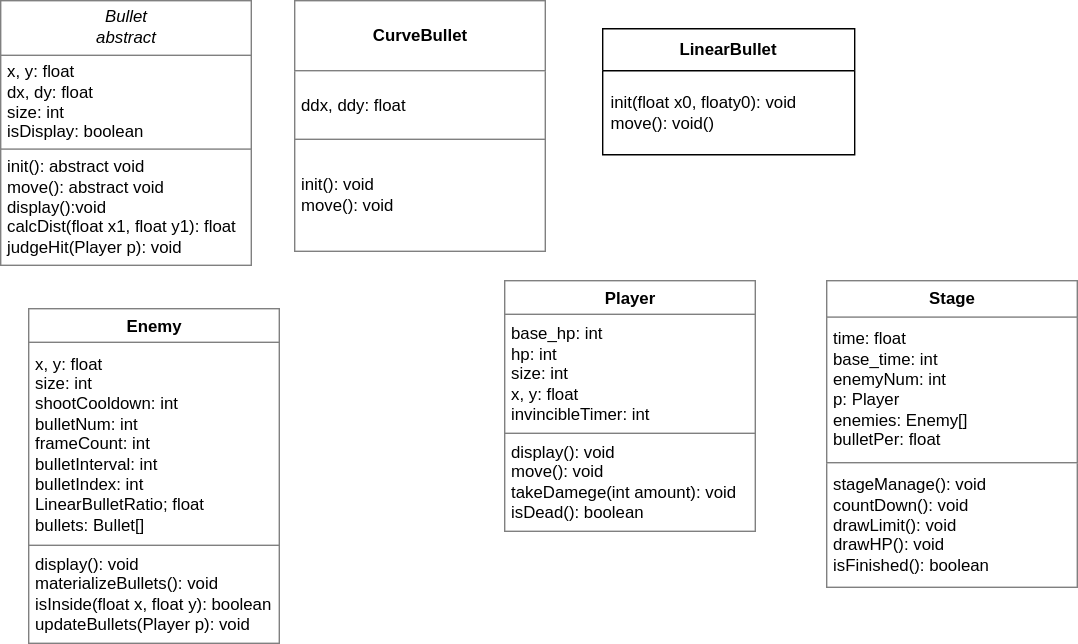
judz218/oop keeps this draw.io diagram as oop_report/uml.drawio.svg. Above is the earlier version. Source tidied: cells renumbered, new cells last; positions are measured from the earlier drawing's top-left corner, leaving out a move shared by most shapes.
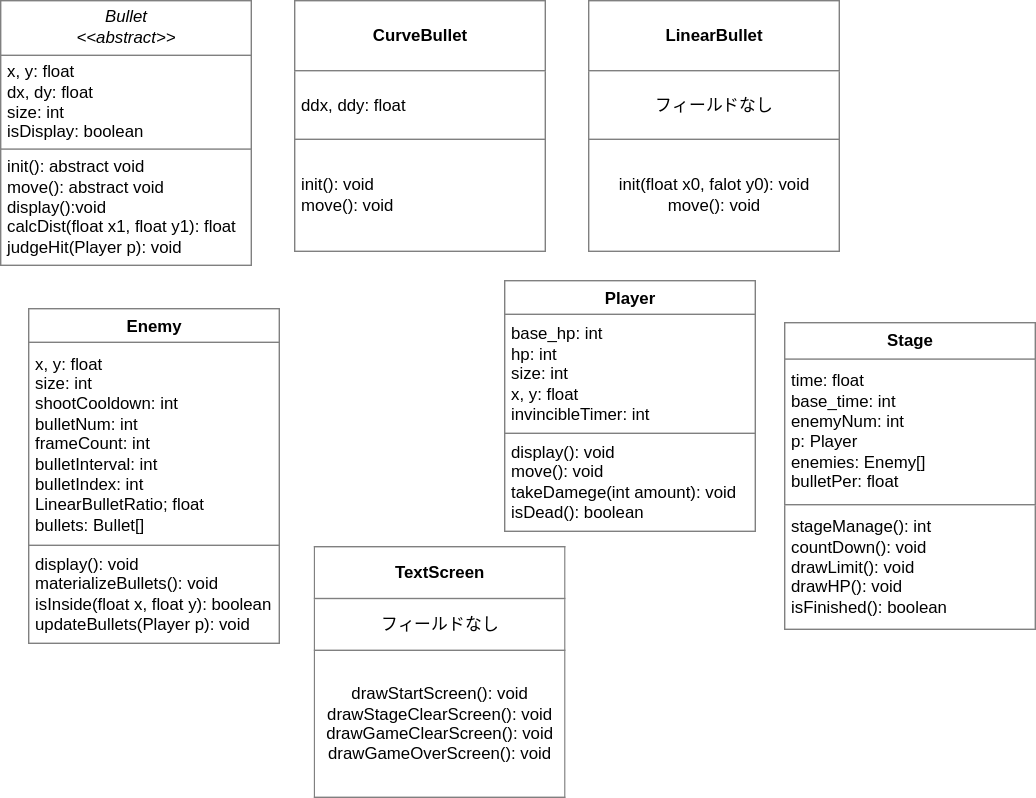
The same file after the commit.

Commit message:
クラス図変更

Diff of the diagram source:
```diff
@@ -2,7 +2,7 @@
   <root>
     <mxCell id="0" />
     <mxCell id="1" parent="0" />
-    <mxCell id="2" value="&lt;table border=&quot;1&quot; width=&quot;100%&quot; height=&quot;100%&quot; cellpadding=&quot;4&quot; style=&quot;width:100%;height:100%;border-collapse:collapse;&quot;&gt;&lt;tbody&gt;&lt;tr&gt;&lt;th&gt;&lt;div style=&quot;text-align: center;&quot;&gt;&lt;span style=&quot;background-color: transparent; font-weight: normal;&quot;&gt;&lt;i&gt;Bullet&lt;/i&gt;&lt;/span&gt;&lt;/div&gt;&lt;div style=&quot;text-align: center;&quot;&gt;&lt;span style=&quot;background-color: transparent; font-weight: normal;&quot;&gt;&lt;i&gt;abstract&lt;/i&gt;&lt;/span&gt;&lt;/div&gt;&lt;/th&gt;&lt;/tr&gt;&lt;tr&gt;&lt;td&gt;x, y: float&lt;br&gt;dx, dy: float&lt;br&gt;size: int&lt;br&gt;isDisplay: boolean&lt;/td&gt;&lt;/tr&gt;&lt;tr&gt;&lt;td&gt;init(): abstract void&lt;br&gt;move(): abstract void&lt;br&gt;display():void&lt;br&gt;calcDist(float x1, float y1): float&lt;br&gt;judgeHit(Player p): void&lt;/td&gt;&lt;/tr&gt;&lt;/tbody&gt;&lt;/table&gt;" style="text;html=1;whiteSpace=wrap;strokeColor=none;fillColor=none;overflow=fill;align=left;" parent="1" vertex="1">
+    <mxCell id="2" value="&lt;table border=&quot;1&quot; width=&quot;100%&quot; height=&quot;100%&quot; cellpadding=&quot;4&quot; style=&quot;width:100%;height:100%;border-collapse:collapse;&quot;&gt;&lt;tbody&gt;&lt;tr&gt;&lt;th&gt;&lt;div style=&quot;text-align: center;&quot;&gt;&lt;span style=&quot;background-color: transparent; font-weight: normal;&quot;&gt;&lt;i&gt;Bullet&lt;/i&gt;&lt;/span&gt;&lt;/div&gt;&lt;div style=&quot;text-align: center;&quot;&gt;&lt;span style=&quot;background-color: transparent; font-weight: normal;&quot;&gt;&lt;i&gt;&amp;lt;&amp;lt;abstract&amp;gt;&amp;gt;&lt;/i&gt;&lt;/span&gt;&lt;/div&gt;&lt;/th&gt;&lt;/tr&gt;&lt;tr&gt;&lt;td&gt;x, y: float&lt;br&gt;dx, dy: float&lt;br&gt;size: int&lt;br&gt;isDisplay: boolean&lt;/td&gt;&lt;/tr&gt;&lt;tr&gt;&lt;td&gt;init(): abstract void&lt;br&gt;move(): abstract void&lt;br&gt;display():void&lt;br&gt;calcDist(float x1, float y1): float&lt;br&gt;judgeHit(Player p): void&lt;/td&gt;&lt;/tr&gt;&lt;/tbody&gt;&lt;/table&gt;" style="text;html=1;whiteSpace=wrap;strokeColor=none;fillColor=none;overflow=fill;align=left;" parent="1" vertex="1">
       <mxGeometry width="180" height="190" as="geometry" />
     </mxCell>
     <mxCell id="3" value="&lt;table border=&quot;1&quot; width=&quot;100%&quot; height=&quot;100%&quot; cellpadding=&quot;4&quot; style=&quot;width:100%;height:100%;border-collapse:collapse;&quot;&gt;&lt;tbody&gt;&lt;tr&gt;&lt;th style=&quot;text-align: center;&quot;&gt;CurveBullet&lt;br&gt;&lt;/th&gt;&lt;/tr&gt;&lt;tr&gt;&lt;td style=&quot;&quot;&gt;ddx, ddy: float&lt;/td&gt;&lt;/tr&gt;&lt;tr&gt;&lt;td&gt;init(): void&lt;br&gt;move(): void&lt;/td&gt;&lt;/tr&gt;&lt;/tbody&gt;&lt;/table&gt;" style="text;html=1;whiteSpace=wrap;strokeColor=none;fillColor=none;overflow=fill;align=left;" parent="1" vertex="1">
@@ -14,14 +14,14 @@
     <mxCell id="5" value="&lt;table border=&quot;1&quot; width=&quot;100%&quot; height=&quot;100%&quot; cellpadding=&quot;4&quot; style=&quot;width:100%;height:100%;border-collapse:collapse;&quot;&gt;&lt;tbody&gt;&lt;tr&gt;&lt;th align=&quot;center&quot;&gt;Player&lt;br&gt;&lt;/th&gt;&lt;/tr&gt;&lt;tr&gt;&lt;td&gt;base_hp: int&lt;br&gt;hp: int&lt;br&gt;size: int&lt;br&gt;x, y: float&lt;br&gt;invincibleTimer: int&lt;/td&gt;&lt;/tr&gt;&lt;tr&gt;&lt;td&gt;display(): void&lt;br&gt;move(): void&lt;br&gt;takeDamege(int amount): void&lt;br&gt;isDead(): boolean&lt;/td&gt;&lt;/tr&gt;&lt;/tbody&gt;&lt;/table&gt;" style="text;html=1;whiteSpace=wrap;strokeColor=none;fillColor=none;overflow=fill;" parent="1" vertex="1">
       <mxGeometry x="360" y="200" width="180" height="180" as="geometry" />
     </mxCell>
-    <mxCell id="6" value="&lt;table style=&quot;width:100%;height:100%;border-collapse:collapse;&quot; cellpadding=&quot;4&quot; height=&quot;100%&quot; width=&quot;100%&quot; border=&quot;1&quot;&gt;&lt;tbody&gt;&lt;tr&gt;&lt;th align=&quot;center&quot;&gt;Stage&lt;br&gt;&lt;/th&gt;&lt;/tr&gt;&lt;tr&gt;&lt;td&gt;time: float&lt;br&gt;base_time: int&lt;br&gt;enemyNum: int&lt;br&gt;p: Player&lt;br&gt;enemies: Enemy[]&lt;br&gt;bulletPer: float&lt;/td&gt;&lt;/tr&gt;&lt;tr&gt;&lt;td&gt;stageManage(): void&lt;br&gt;countDown(): void&lt;br&gt;drawLimit(): void&lt;br&gt;drawHP(): void&lt;br&gt;isFinished(): boolean&lt;/td&gt;&lt;/tr&gt;&lt;/tbody&gt;&lt;/table&gt;" style="text;html=1;whiteSpace=wrap;strokeColor=none;fillColor=none;overflow=fill;" parent="1" vertex="1">
-      <mxGeometry x="590" y="200" width="180" height="220" as="geometry" />
+    <mxCell id="6" value="&lt;table style=&quot;width:100%;height:100%;border-collapse:collapse;&quot; cellpadding=&quot;4&quot; height=&quot;100%&quot; width=&quot;100%&quot; border=&quot;1&quot;&gt;&lt;tbody&gt;&lt;tr&gt;&lt;th align=&quot;center&quot;&gt;Stage&lt;br&gt;&lt;/th&gt;&lt;/tr&gt;&lt;tr&gt;&lt;td&gt;time: float&lt;br&gt;base_time: int&lt;br&gt;enemyNum: int&lt;br&gt;p: Player&lt;br&gt;enemies: Enemy[]&lt;br&gt;bulletPer: float&lt;/td&gt;&lt;/tr&gt;&lt;tr&gt;&lt;td&gt;stageManage(): int&lt;br&gt;countDown(): void&lt;br&gt;drawLimit(): void&lt;br&gt;drawHP(): void&lt;br&gt;isFinished(): boolean&lt;/td&gt;&lt;/tr&gt;&lt;/tbody&gt;&lt;/table&gt;" style="text;html=1;whiteSpace=wrap;strokeColor=none;fillColor=none;overflow=fill;" parent="1" vertex="1">
+      <mxGeometry x="560" y="230" width="180" height="220" as="geometry" />
     </mxCell>
-    <mxCell id="7" value="&lt;b&gt;LinearBullet&lt;/b&gt;" style="swimlane;fontStyle=0;horizontal=1;startSize=30;whiteSpace=wrap;html=1;" parent="1" vertex="1">
-      <mxGeometry x="430" y="20" width="180" height="90" as="geometry" />
-    </mxCell>
-    <mxCell id="8" value="&lt;span style=&quot;color: rgb(0, 0, 0); text-wrap-mode: nowrap;&quot;&gt;init(float x0, floaty0): void&lt;/span&gt;&lt;br style=&quot;padding: 0px; margin: 0px; text-wrap-mode: nowrap;&quot;&gt;&lt;span style=&quot;color: rgb(0, 0, 0); text-wrap-mode: nowrap;&quot;&gt;move(): void()&lt;/span&gt;" style="text;strokeColor=none;fillColor=none;align=left;verticalAlign=middle;spacingLeft=4;spacingRight=4;overflow=hidden;whiteSpace=wrap;html=1;" parent="7" vertex="1">
-      <mxGeometry y="30" width="180" height="60" as="geometry" />
-    </mxCell>
+    <mxCell id="9" value="&lt;table border=&quot;1&quot; width=&quot;100%&quot; height=&quot;100%&quot; cellpadding=&quot;4&quot; style=&quot;width:100%;height:100%;border-collapse:collapse;&quot;&gt;&lt;tbody&gt;&lt;tr&gt;&lt;th align=&quot;center&quot;&gt;LinearBullet&lt;/th&gt;&lt;/tr&gt;&lt;tr&gt;&lt;td align=&quot;center&quot;&gt;フィールドなし&lt;/td&gt;&lt;/tr&gt;&lt;tr&gt;&lt;td align=&quot;center&quot;&gt;init(float x0, falot y0): void&lt;br&gt;move(): void&lt;/td&gt;&lt;/tr&gt;&lt;/tbody&gt;&lt;/table&gt;" style="text;html=1;whiteSpace=wrap;strokeColor=none;fillColor=none;overflow=fill;" parent="1" vertex="1">
+      <mxGeometry x="420" width="180" height="180" as="geometry" />
+    </mxCell>
+    <mxCell id="10" value="&lt;table border=&quot;1&quot; width=&quot;100%&quot; height=&quot;100%&quot; cellpadding=&quot;4&quot; style=&quot;width:100%;height:100%;border-collapse:collapse;&quot;&gt;&lt;tbody&gt;&lt;tr&gt;&lt;th align=&quot;center&quot;&gt;TextScreen&lt;br&gt;&lt;/th&gt;&lt;/tr&gt;&lt;tr&gt;&lt;td align=&quot;center&quot;&gt;フィールドなし&lt;/td&gt;&lt;/tr&gt;&lt;tr&gt;&lt;td align=&quot;center&quot;&gt;drawStartScreen(): void&lt;br&gt;drawStageClearScreen(): void&lt;br&gt;drawGameClearScreen(): void&lt;br&gt;drawGameOverScreen(): void&lt;br&gt;&lt;/td&gt;&lt;/tr&gt;&lt;/tbody&gt;&lt;/table&gt;" style="text;html=1;whiteSpace=wrap;strokeColor=none;fillColor=none;overflow=fill;" parent="1" vertex="1">
+      <mxGeometry x="224" y="390" width="180" height="180" as="geometry" />
+    </mxCell>
   </root>
 </mxGraphModel>
```
